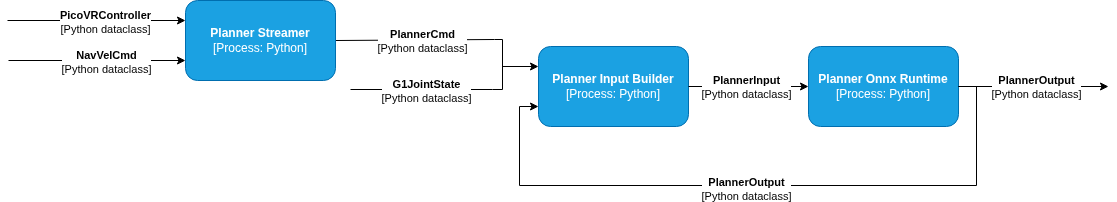
The draw.io diagram src/pipeline/gearsonic/planner/docs/planner_architecture.png in Safety-Node/kist-drl-g1-workstation, before a commit. Source tidied: cells renumbered, new cells last; positions are measured from the earlier drawing's top-left corner, leaving out a move shared by most shapes. Its diagram source:
```xml
<mxGraphModel>
  <root>
    <mxCell id="0" />
    <mxCell id="1" parent="0" />
    <mxCell id="2" style="endArrow=none;html=1;rounded=0;fontSize=12;startSize=8;endSize=8;edgeStyle=orthogonalEdgeStyle;" parent="1" edge="1">
      <mxGeometry relative="1" as="geometry">
        <mxPoint x="487" y="39" as="sourcePoint" />
        <mxPoint x="485" y="89" as="targetPoint" />
        <Array as="points">
          <mxPoint x="495" y="39" />
          <mxPoint x="495" y="89" />
        </Array>
      </mxGeometry>
    </mxCell>
    <mxCell id="3" style="endArrow=none;html=1;rounded=0;endFill=0;exitX=1;exitY=0.5;exitDx=0;exitDy=0;" parent="1" edge="1" source="16">
      <mxGeometry relative="1" as="geometry">
        <mxPoint x="487" y="39" as="targetPoint" />
      </mxGeometry>
    </mxCell>
    <mxCell id="4" value="&lt;b&gt;PlannerCmd&lt;/b&gt;&lt;br&gt;&lt;div&gt;[Python dataclass]&lt;/div&gt;" style="edgeLabel;html=1;align=center;verticalAlign=middle;" parent="3" vertex="1">
      <mxGeometry x="0.22" y="-3" relative="1" as="geometry">
        <mxPoint x="-11" y="-2" as="offset" />
      </mxGeometry>
    </mxCell>
    <mxCell id="5" value="&lt;b&gt;Planner Input Builder&lt;/b&gt;&lt;div&gt;&lt;span style=&quot;background-color: transparent; color: light-dark(rgb(255, 255, 255), rgb(18, 18, 18));&quot;&gt;[Process: Python]&lt;/span&gt;&lt;/div&gt;" style="rounded=1;whiteSpace=wrap;html=1;fillColor=#1ba1e2;fontColor=#ffffff;strokeColor=#006EAF;" parent="1" vertex="1">
      <mxGeometry x="531" y="46" width="150" height="80" as="geometry" />
    </mxCell>
    <mxCell id="6" style="endArrow=none;html=1;rounded=0;endFill=0;" parent="1" edge="1">
      <mxGeometry relative="1" as="geometry">
        <mxPoint x="343" y="89" as="sourcePoint" />
        <mxPoint x="485" y="89" as="targetPoint" />
      </mxGeometry>
    </mxCell>
    <mxCell id="7" value="&lt;b&gt;G1JointState&lt;/b&gt;&lt;br&gt;&lt;div&gt;[Python dataclass]&lt;/div&gt;" style="edgeLabel;html=1;align=center;verticalAlign=middle;" parent="6" vertex="1">
      <mxGeometry x="0.22" y="-3" relative="1" as="geometry">
        <mxPoint x="-11" y="-2" as="offset" />
      </mxGeometry>
    </mxCell>
    <mxCell id="8" style="endArrow=classic;html=1;rounded=0;entryX=0;entryY=0.25;entryDx=0;entryDy=0;startSize=6;endSize=6;" parent="1" edge="1" target="5">
      <mxGeometry relative="1" as="geometry">
        <mxPoint x="495" y="66" as="sourcePoint" />
      </mxGeometry>
    </mxCell>
    <mxCell id="9" style="endArrow=classic;html=1;rounded=0;exitX=1;exitY=0.5;exitDx=0;exitDy=0;entryX=0;entryY=0.5;entryDx=0;entryDy=0;" parent="1" edge="1" source="5" target="11">
      <mxGeometry relative="1" as="geometry" />
    </mxCell>
    <mxCell id="10" value="&lt;b&gt;PlannerInput&lt;/b&gt;&lt;br&gt;&lt;div&gt;[Python dataclass]&lt;/div&gt;" style="edgeLabel;html=1;align=center;verticalAlign=middle;" parent="9" vertex="1">
      <mxGeometry x="-0.14" relative="1" as="geometry">
        <mxPoint x="6" as="offset" />
      </mxGeometry>
    </mxCell>
    <mxCell id="11" value="&lt;b&gt;Planner Onnx Runtime&lt;/b&gt;&lt;div&gt;&lt;span style=&quot;background-color: transparent; color: light-dark(rgb(255, 255, 255), rgb(18, 18, 18));&quot;&gt;[Process: Python]&lt;/span&gt;&lt;/div&gt;" style="rounded=1;whiteSpace=wrap;html=1;fillColor=#1ba1e2;fontColor=#ffffff;strokeColor=#006EAF;" parent="1" vertex="1">
      <mxGeometry x="801" y="46" width="150" height="80" as="geometry" />
    </mxCell>
    <mxCell id="12" style="endArrow=classic;html=1;rounded=0;edgeStyle=orthogonalEdgeStyle;exitX=1;exitY=0.5;exitDx=0;exitDy=0;entryX=0;entryY=0.75;entryDx=0;entryDy=0;" parent="1" edge="1" source="11" target="5">
      <mxGeometry relative="1" as="geometry">
        <Array as="points">
          <mxPoint x="969" y="86" />
          <mxPoint x="969" y="185" />
          <mxPoint x="512" y="185" />
          <mxPoint x="512" y="106" />
        </Array>
      </mxGeometry>
    </mxCell>
    <mxCell id="13" value="&lt;b&gt;PlannerOutput&lt;/b&gt;&lt;div&gt;[Python dataclass]&lt;/div&gt;" style="edgeLabel;html=1;align=center;verticalAlign=middle;" parent="12" vertex="1">
      <mxGeometry x="0.03" y="3" relative="1" as="geometry" />
    </mxCell>
    <mxCell id="14" style="endArrow=classic;html=1;rounded=0;exitX=1;exitY=0.5;exitDx=0;exitDy=0;" parent="1" edge="1" source="11">
      <mxGeometry relative="1" as="geometry">
        <mxPoint x="1101" y="86" as="targetPoint" />
      </mxGeometry>
    </mxCell>
    <mxCell id="15" value="&lt;b&gt;PlannerOutput&lt;/b&gt;&lt;div&gt;[Python dataclass]&lt;/div&gt;" style="edgeLabel;html=1;align=center;verticalAlign=middle;" parent="14" vertex="1">
      <mxGeometry x="-0.23" y="-1" relative="1" as="geometry">
        <mxPoint x="19" y="-1" as="offset" />
      </mxGeometry>
    </mxCell>
    <mxCell id="16" value="&lt;b&gt;Planner Streamer&lt;/b&gt;&lt;div&gt;&lt;span style=&quot;background-color: transparent; color: light-dark(rgb(255, 255, 255), rgb(18, 18, 18));&quot;&gt;[Process: Python]&lt;/span&gt;&lt;/div&gt;" style="rounded=1;whiteSpace=wrap;html=1;fillColor=#1ba1e2;fontColor=#ffffff;strokeColor=#006EAF;" parent="1" vertex="1">
      <mxGeometry x="178" width="150" height="80" as="geometry" />
    </mxCell>
    <mxCell id="17" style="endArrow=classic;html=1;rounded=0;endFill=1;entryX=0;entryY=0.25;entryDx=0;entryDy=0;" parent="1" edge="1" target="16">
      <mxGeometry relative="1" as="geometry">
        <mxPoint y="20" as="sourcePoint" />
      </mxGeometry>
    </mxCell>
    <mxCell id="18" value="&lt;b&gt;PicoVRController&lt;/b&gt;&lt;br&gt;&lt;div&gt;[Python dataclass]&lt;/div&gt;" style="edgeLabel;html=1;align=center;verticalAlign=middle;" parent="17" vertex="1">
      <mxGeometry x="0.22" y="-3" relative="1" as="geometry">
        <mxPoint x="-11" y="-2" as="offset" />
      </mxGeometry>
    </mxCell>
    <mxCell id="19" style="endArrow=classic;html=1;rounded=0;endFill=1;entryX=0;entryY=0.75;entryDx=0;entryDy=0;" parent="1" edge="1" target="16">
      <mxGeometry relative="1" as="geometry">
        <mxPoint x="1" y="60" as="sourcePoint" />
      </mxGeometry>
    </mxCell>
    <mxCell id="20" value="&lt;div&gt;&lt;b&gt;NavVelCmd&lt;/b&gt;&lt;/div&gt;&lt;div&gt;[Python dataclass]&lt;/div&gt;" style="edgeLabel;html=1;align=center;verticalAlign=middle;" parent="19" vertex="1">
      <mxGeometry x="0.22" y="-3" relative="1" as="geometry">
        <mxPoint x="-11" y="-2" as="offset" />
      </mxGeometry>
    </mxCell>
  </root>
</mxGraphModel>
```
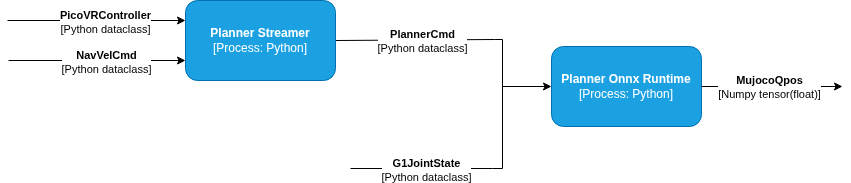
The same diagram one commit later.

Commit message:
docs: update planner architecture diagram

The edit, as a diff of the source:
```diff
@@ -5,10 +5,11 @@
     <mxCell id="2" style="endArrow=none;html=1;rounded=0;fontSize=12;startSize=8;endSize=8;edgeStyle=orthogonalEdgeStyle;" parent="1" edge="1">
       <mxGeometry relative="1" as="geometry">
         <mxPoint x="487" y="39" as="sourcePoint" />
-        <mxPoint x="485" y="89" as="targetPoint" />
+        <mxPoint x="485" y="168" as="targetPoint" />
         <Array as="points">
           <mxPoint x="495" y="39" />
-          <mxPoint x="495" y="89" />
+          <mxPoint x="495" y="168" />
+          <mxPoint x="485" y="168" />
         </Array>
       </mxGeometry>
     </mxCell>
@@ -22,13 +23,10 @@
         <mxPoint x="-11" y="-2" as="offset" />
       </mxGeometry>
     </mxCell>
-    <mxCell id="5" value="&lt;b&gt;Planner Input Builder&lt;/b&gt;&lt;div&gt;&lt;span style=&quot;background-color: transparent; color: light-dark(rgb(255, 255, 255), rgb(18, 18, 18));&quot;&gt;[Process: Python]&lt;/span&gt;&lt;/div&gt;" style="rounded=1;whiteSpace=wrap;html=1;fillColor=#1ba1e2;fontColor=#ffffff;strokeColor=#006EAF;" parent="1" vertex="1">
-      <mxGeometry x="531" y="46" width="150" height="80" as="geometry" />
-    </mxCell>
     <mxCell id="6" style="endArrow=none;html=1;rounded=0;endFill=0;" parent="1" edge="1">
       <mxGeometry relative="1" as="geometry">
-        <mxPoint x="343" y="89" as="sourcePoint" />
-        <mxPoint x="485" y="89" as="targetPoint" />
+        <mxPoint x="343" y="168" as="sourcePoint" />
+        <mxPoint x="485" y="168" as="targetPoint" />
       </mxGeometry>
     </mxCell>
     <mxCell id="7" value="&lt;b&gt;G1JointState&lt;/b&gt;&lt;br&gt;&lt;div&gt;[Python dataclass]&lt;/div&gt;" style="edgeLabel;html=1;align=center;verticalAlign=middle;" parent="6" vertex="1">
@@ -36,43 +34,22 @@
         <mxPoint x="-11" y="-2" as="offset" />
       </mxGeometry>
     </mxCell>
-    <mxCell id="8" style="endArrow=classic;html=1;rounded=0;entryX=0;entryY=0.25;entryDx=0;entryDy=0;startSize=6;endSize=6;" parent="1" edge="1" target="5">
+    <mxCell id="8" style="endArrow=classic;html=1;rounded=0;entryX=0;entryY=0.5;entryDx=0;entryDy=0;startSize=6;endSize=6;" parent="1" edge="1" target="11">
       <mxGeometry relative="1" as="geometry">
-        <mxPoint x="495" y="66" as="sourcePoint" />
+        <mxPoint x="495" y="86" as="sourcePoint" />
       </mxGeometry>
     </mxCell>
-    <mxCell id="9" style="endArrow=classic;html=1;rounded=0;exitX=1;exitY=0.5;exitDx=0;exitDy=0;entryX=0;entryY=0.5;entryDx=0;entryDy=0;" parent="1" edge="1" source="5" target="11">
-      <mxGeometry relative="1" as="geometry" />
-    </mxCell>
-    <mxCell id="10" value="&lt;b&gt;PlannerInput&lt;/b&gt;&lt;br&gt;&lt;div&gt;[Python dataclass]&lt;/div&gt;" style="edgeLabel;html=1;align=center;verticalAlign=middle;" parent="9" vertex="1">
-      <mxGeometry x="-0.14" relative="1" as="geometry">
-        <mxPoint x="6" as="offset" />
-      </mxGeometry>
-    </mxCell>
     <mxCell id="11" value="&lt;b&gt;Planner Onnx Runtime&lt;/b&gt;&lt;div&gt;&lt;span style=&quot;background-color: transparent; color: light-dark(rgb(255, 255, 255), rgb(18, 18, 18));&quot;&gt;[Process: Python]&lt;/span&gt;&lt;/div&gt;" style="rounded=1;whiteSpace=wrap;html=1;fillColor=#1ba1e2;fontColor=#ffffff;strokeColor=#006EAF;" parent="1" vertex="1">
-      <mxGeometry x="801" y="46" width="150" height="80" as="geometry" />
+      <mxGeometry x="544" y="46" width="150" height="80" as="geometry" />
     </mxCell>
-    <mxCell id="12" style="endArrow=classic;html=1;rounded=0;edgeStyle=orthogonalEdgeStyle;exitX=1;exitY=0.5;exitDx=0;exitDy=0;entryX=0;entryY=0.75;entryDx=0;entryDy=0;" parent="1" edge="1" source="11" target="5">
-      <mxGeometry relative="1" as="geometry">
-        <Array as="points">
-          <mxPoint x="969" y="86" />
-          <mxPoint x="969" y="185" />
-          <mxPoint x="512" y="185" />
-          <mxPoint x="512" y="106" />
-        </Array>
-      </mxGeometry>
-    </mxCell>
-    <mxCell id="13" value="&lt;b&gt;PlannerOutput&lt;/b&gt;&lt;div&gt;[Python dataclass]&lt;/div&gt;" style="edgeLabel;html=1;align=center;verticalAlign=middle;" parent="12" vertex="1">
-      <mxGeometry x="0.03" y="3" relative="1" as="geometry" />
-    </mxCell>
     <mxCell id="14" style="endArrow=classic;html=1;rounded=0;exitX=1;exitY=0.5;exitDx=0;exitDy=0;" parent="1" edge="1" source="11">
       <mxGeometry relative="1" as="geometry">
-        <mxPoint x="1101" y="86" as="targetPoint" />
+        <mxPoint x="835" y="86" as="targetPoint" />
       </mxGeometry>
     </mxCell>
-    <mxCell id="15" value="&lt;b&gt;PlannerOutput&lt;/b&gt;&lt;div&gt;[Python dataclass]&lt;/div&gt;" style="edgeLabel;html=1;align=center;verticalAlign=middle;" parent="14" vertex="1">
+    <mxCell id="15" value="&lt;b&gt;MujocoQpos&lt;/b&gt;&lt;div&gt;[Numpy tensor(float)]&lt;/div&gt;" style="edgeLabel;html=1;align=center;verticalAlign=middle;" parent="14" vertex="1">
       <mxGeometry x="-0.23" y="-1" relative="1" as="geometry">
-        <mxPoint x="19" y="-1" as="offset" />
+        <mxPoint x="13" y="-1" as="offset" />
       </mxGeometry>
     </mxCell>
     <mxCell id="16" value="&lt;b&gt;Planner Streamer&lt;/b&gt;&lt;div&gt;&lt;span style=&quot;background-color: transparent; color: light-dark(rgb(255, 255, 255), rgb(18, 18, 18));&quot;&gt;[Process: Python]&lt;/span&gt;&lt;/div&gt;" style="rounded=1;whiteSpace=wrap;html=1;fillColor=#1ba1e2;fontColor=#ffffff;strokeColor=#006EAF;" parent="1" vertex="1">
```
